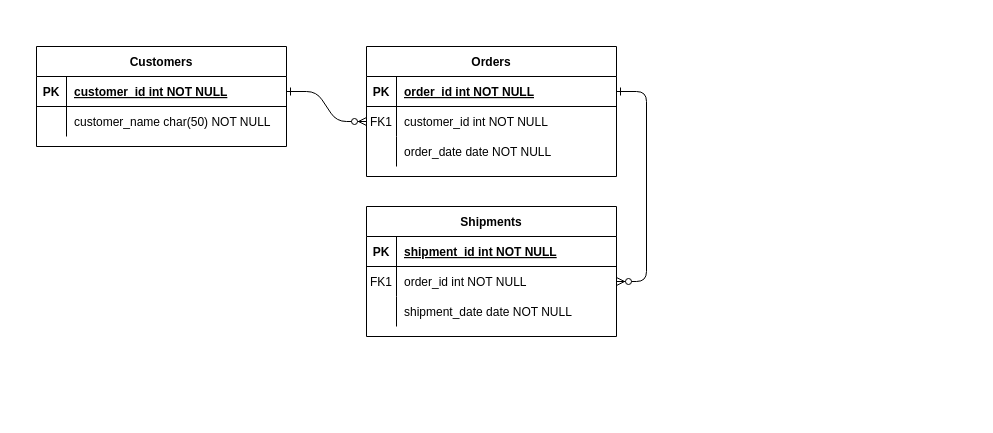
Earlier version of the draw.io diagram Diagramme sans nom.drawio (Niyo-D-JC/HelpWork). Source tidied: cells renumbered, new cells numbered last; positions are measured from the earlier drawing's top-left corner, leaving out a move shared by most shapes. Both pictures are drawn from the tidied source at 100%, with x=0, y=0 at pixel (36, 46).
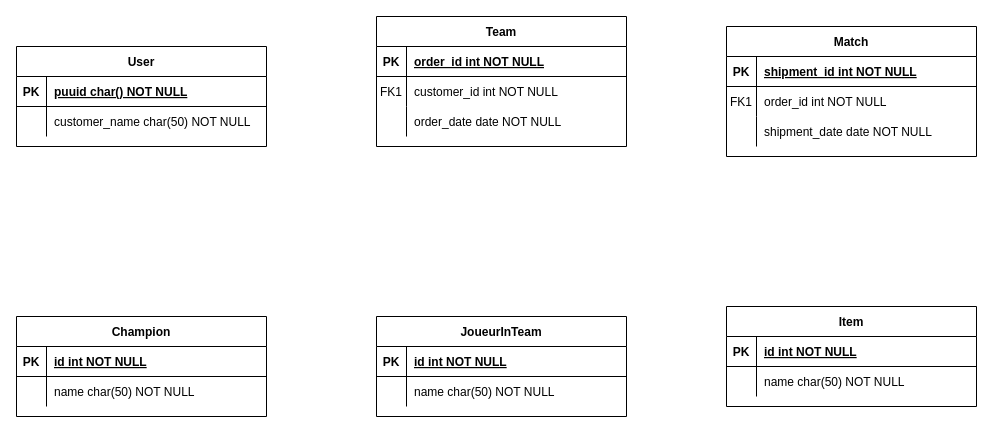
After the change.

The change refers to these unchanged cells:
```xml
<mxCell id="5" style="shape=partialRectangle;fillColor=none;points=[[0,0.5],[1,0.5]];portConstraint=eastwest;top=0;left=0;right=0;bottom=1;" parent="4" vertex="1">
  <mxGeometry y="30" width="250" height="30" as="geometry" />
</mxCell>
<mxCell id="8" style="shape=partialRectangle;fillColor=none;points=[[0,0.5],[1,0.5]];portConstraint=eastwest;top=0;left=0;right=0;bottom=0;" parent="4" vertex="1">
  <mxGeometry y="60" width="250" height="30" as="geometry" />
</mxCell>
<mxCell id="18" style="shape=partialRectangle;fillColor=none;points=[[0,0.5],[1,0.5]];portConstraint=eastwest;top=0;left=0;right=0;bottom=0;" parent="14" vertex="1">
  <mxGeometry y="60" width="250" height="30" as="geometry" />
</mxCell>
<mxCell id="25" style="shape=partialRectangle;fillColor=none;points=[[0,0.5],[1,0.5]];portConstraint=eastwest;top=0;left=0;right=0;bottom=1;" parent="24" vertex="1">
  <mxGeometry y="30" width="250" height="30" as="geometry" />
</mxCell>
```

Change to the diagram source:
```diff
@@
-    <mxCell id="2" style="edgeStyle=entityRelationEdgeStyle;endArrow=ERzeroToMany;startArrow=ERone;endFill=1;startFill=0;" parent="1" edge="1" source="25" target="8">
-      <mxGeometry relative="1" as="geometry" />
-    </mxCell>
-    <mxCell id="3" style="edgeStyle=entityRelationEdgeStyle;endArrow=ERzeroToMany;startArrow=ERone;endFill=1;startFill=0;" parent="1" edge="1" source="5" target="18">
-      <mxGeometry relative="1" as="geometry" />
-    </mxCell>
-    <mxCell id="4" value="Orders" style="shape=table;startSize=30;childLayout=tableLayout;rowLines=0;fontStyle=1;align=center;" parent="1" vertex="1">
-      <mxGeometry x="330" width="250" height="130" as="geometry" />
+    <mxCell id="4" value="Team" style="shape=table;startSize=30;childLayout=tableLayout;rowLines=0;fontStyle=1;align=center;" parent="1" vertex="1">
+      <mxGeometry x="340" y="-30" width="250" height="130" as="geometry" />
     </mxCell>
@@
-    <mxCell id="14" value="Shipments" style="shape=table;startSize=30;childLayout=tableLayout;rowLines=0;fontStyle=1;align=center;" parent="1" vertex="1">
-      <mxGeometry x="330" y="160" width="250" height="130" as="geometry" />
+    <mxCell id="14" value="Match" style="shape=table;startSize=30;childLayout=tableLayout;rowLines=0;fontStyle=1;align=center;" parent="1" vertex="1">
+      <mxGeometry x="690" y="-20" width="250" height="130" as="geometry" />
     </mxCell>
@@
-    <mxCell id="24" value="Customers" style="shape=table;startSize=30;childLayout=tableLayout;rowLines=0;fontStyle=1;align=center;" parent="1" vertex="1">
-      <mxGeometry width="250" height="100" as="geometry" />
+    <mxCell id="24" value="User" style="shape=table;startSize=30;childLayout=tableLayout;rowLines=0;fontStyle=1;align=center;" parent="1" vertex="1">
+      <mxGeometry x="-20" width="250" height="100" as="geometry" />
     </mxCell>
@@
-    <mxCell id="27" value="customer_id int NOT NULL " style="shape=partialRectangle;overflow=hidden;fillColor=none;top=0;left=0;bottom=0;right=0;align=left;spacingLeft=6;fontStyle=5;" parent="25" vertex="1">
+    <mxCell id="27" value="puuid char() NOT NULL " style="shape=partialRectangle;overflow=hidden;fillColor=none;top=0;left=0;bottom=0;right=0;align=left;spacingLeft=6;fontStyle=5;" parent="25" vertex="1">
       <mxGeometry x="30" width="220" height="30" as="geometry" />
     </mxCell>
@@
+    <mxCell id="31" value="Champion" style="shape=table;startSize=30;childLayout=tableLayout;rowLines=0;fontStyle=1;align=center;" parent="1" vertex="1">
+      <mxGeometry x="-20" y="270" width="250" height="100" as="geometry" />
+    </mxCell>
+    <mxCell id="32" style="shape=partialRectangle;fillColor=none;top=0;left=0;right=0;bottom=1;" parent="31" vertex="1">
+      <mxGeometry y="30" width="250" height="30" as="geometry" />
+    </mxCell>
+    <mxCell id="33" value="PK" style="shape=partialRectangle;overflow=hidden;fillColor=none;top=0;left=0;bottom=0;right=0;fontStyle=1;" parent="32" vertex="1">
+      <mxGeometry width="30" height="30" as="geometry" />
+    </mxCell>
+    <mxCell id="34" value="id int NOT NULL " style="shape=partialRectangle;overflow=hidden;fillColor=none;top=0;left=0;bottom=0;right=0;align=left;spacingLeft=6;fontStyle=5;" parent="32" vertex="1">
+      <mxGeometry x="30" width="220" height="30" as="geometry" />
+    </mxCell>
+    <mxCell id="35" style="shape=partialRectangle;fillColor=none;top=0;left=0;right=0;bottom=0;" parent="31" vertex="1">
+      <mxGeometry y="60" width="250" height="30" as="geometry" />
+    </mxCell>
+    <mxCell id="36" style="shape=partialRectangle;overflow=hidden;fillColor=none;top=0;left=0;bottom=0;right=0;" parent="35" vertex="1">
+      <mxGeometry width="30" height="30" as="geometry" />
+    </mxCell>
+    <mxCell id="37" value="name char(50) NOT NULL" style="shape=partialRectangle;overflow=hidden;fillColor=none;top=0;left=0;bottom=0;right=0;align=left;spacingLeft=6;" parent="35" vertex="1">
+      <mxGeometry x="30" width="220" height="30" as="geometry" />
+    </mxCell>
+    <mxCell id="38" value="JoueurInTeam" style="shape=table;startSize=30;childLayout=tableLayout;rowLines=0;fontStyle=1;align=center;" parent="1" vertex="1">
+      <mxGeometry x="340" y="270" width="250" height="100" as="geometry" />
+    </mxCell>
+    <mxCell id="39" style="shape=partialRectangle;fillColor=none;top=0;left=0;right=0;bottom=1;" parent="38" vertex="1">
+      <mxGeometry y="30" width="250" height="30" as="geometry" />
+    </mxCell>
+    <mxCell id="40" value="PK" style="shape=partialRectangle;overflow=hidden;fillColor=none;top=0;left=0;bottom=0;right=0;fontStyle=1;" parent="39" vertex="1">
+      <mxGeometry width="30" height="30" as="geometry" />
+    </mxCell>
+    <mxCell id="41" value="id int NOT NULL " style="shape=partialRectangle;overflow=hidden;fillColor=none;top=0;left=0;bottom=0;right=0;align=left;spacingLeft=6;fontStyle=5;" parent="39" vertex="1">
+      <mxGeometry x="30" width="220" height="30" as="geometry" />
+    </mxCell>
+    <mxCell id="42" style="shape=partialRectangle;fillColor=none;top=0;left=0;right=0;bottom=0;" parent="38" vertex="1">
+      <mxGeometry y="60" width="250" height="30" as="geometry" />
+    </mxCell>
+    <mxCell id="43" style="shape=partialRectangle;overflow=hidden;fillColor=none;top=0;left=0;bottom=0;right=0;" parent="42" vertex="1">
+      <mxGeometry width="30" height="30" as="geometry" />
+    </mxCell>
+    <mxCell id="44" value="name char(50) NOT NULL" style="shape=partialRectangle;overflow=hidden;fillColor=none;top=0;left=0;bottom=0;right=0;align=left;spacingLeft=6;" parent="42" vertex="1">
+      <mxGeometry x="30" width="220" height="30" as="geometry" />
+    </mxCell>
+    <mxCell id="45" value="Item" style="shape=table;startSize=30;childLayout=tableLayout;rowLines=0;fontStyle=1;align=center;" parent="1" vertex="1">
+      <mxGeometry x="690" y="260" width="250" height="100" as="geometry" />
+    </mxCell>
+    <mxCell id="46" style="shape=partialRectangle;fillColor=none;top=0;left=0;right=0;bottom=1;" parent="45" vertex="1">
+      <mxGeometry y="30" width="250" height="30" as="geometry" />
+    </mxCell>
+    <mxCell id="47" value="PK" style="shape=partialRectangle;overflow=hidden;fillColor=none;top=0;left=0;bottom=0;right=0;fontStyle=1;" parent="46" vertex="1">
+      <mxGeometry width="30" height="30" as="geometry" />
+    </mxCell>
+    <mxCell id="48" value="id int NOT NULL " style="shape=partialRectangle;overflow=hidden;fillColor=none;top=0;left=0;bottom=0;right=0;align=left;spacingLeft=6;fontStyle=5;" parent="46" vertex="1">
+      <mxGeometry x="30" width="220" height="30" as="geometry" />
+    </mxCell>
+    <mxCell id="49" style="shape=partialRectangle;fillColor=none;top=0;left=0;right=0;bottom=0;" parent="45" vertex="1">
+      <mxGeometry y="60" width="250" height="30" as="geometry" />
+    </mxCell>
+    <mxCell id="50" style="shape=partialRectangle;overflow=hidden;fillColor=none;top=0;left=0;bottom=0;right=0;" parent="49" vertex="1">
+      <mxGeometry width="30" height="30" as="geometry" />
+    </mxCell>
+    <mxCell id="51" value="name char(50) NOT NULL" style="shape=partialRectangle;overflow=hidden;fillColor=none;top=0;left=0;bottom=0;right=0;align=left;spacingLeft=6;" parent="49" vertex="1">
+      <mxGeometry x="30" width="220" height="30" as="geometry" />
+    </mxCell>
```
